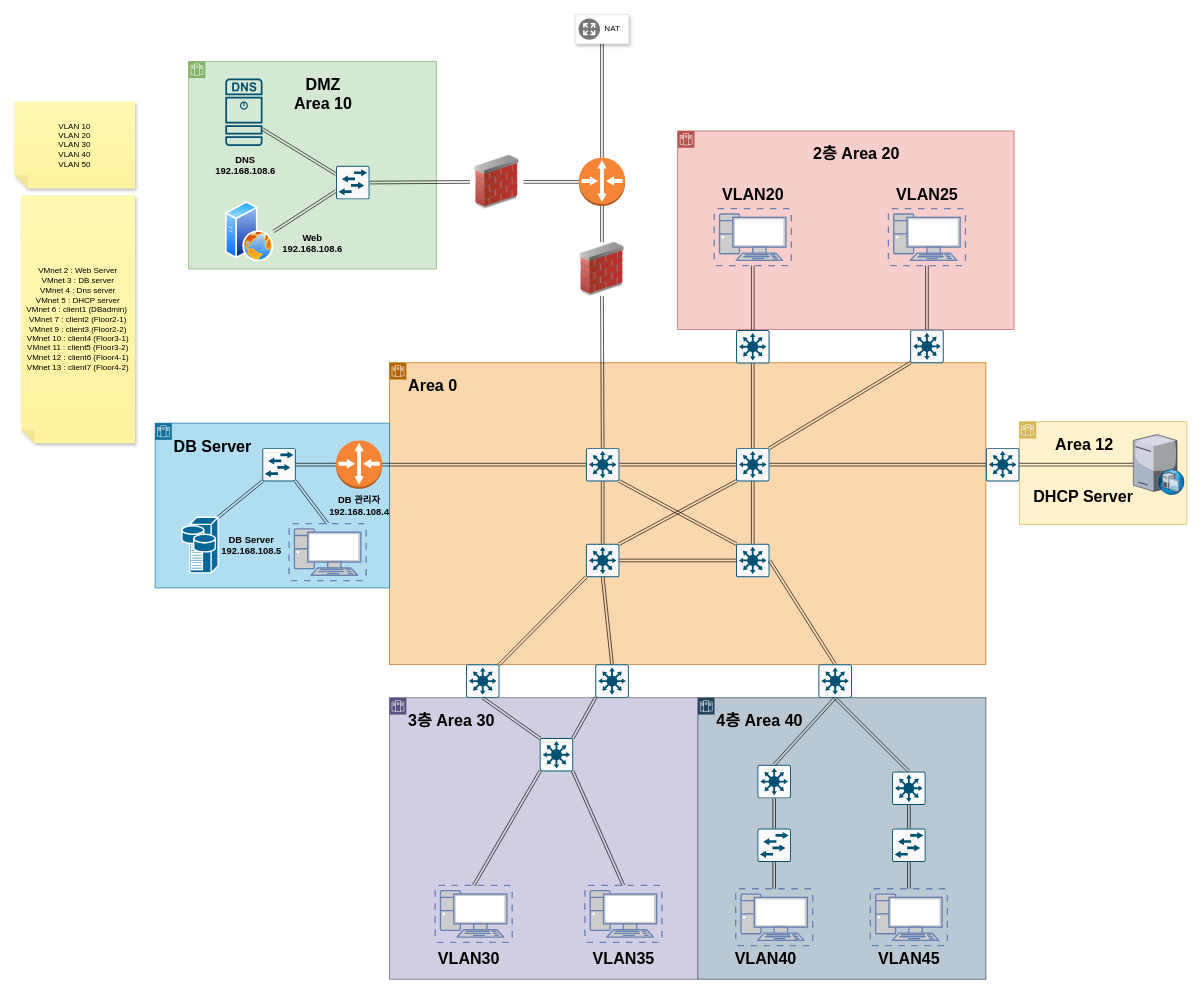
The draw.io diagram cloudnetwork.drawio in donhaklee/CloudStudy, before the edit. Source tidied: cells renumbered, new cells numbered last; positions are measured from the earlier drawing's top-left corner, leaving out a move shared by most shapes. Both pictures are drawn from the tidied source at 67%, with x=0, y=0 at pixel (14, 14).
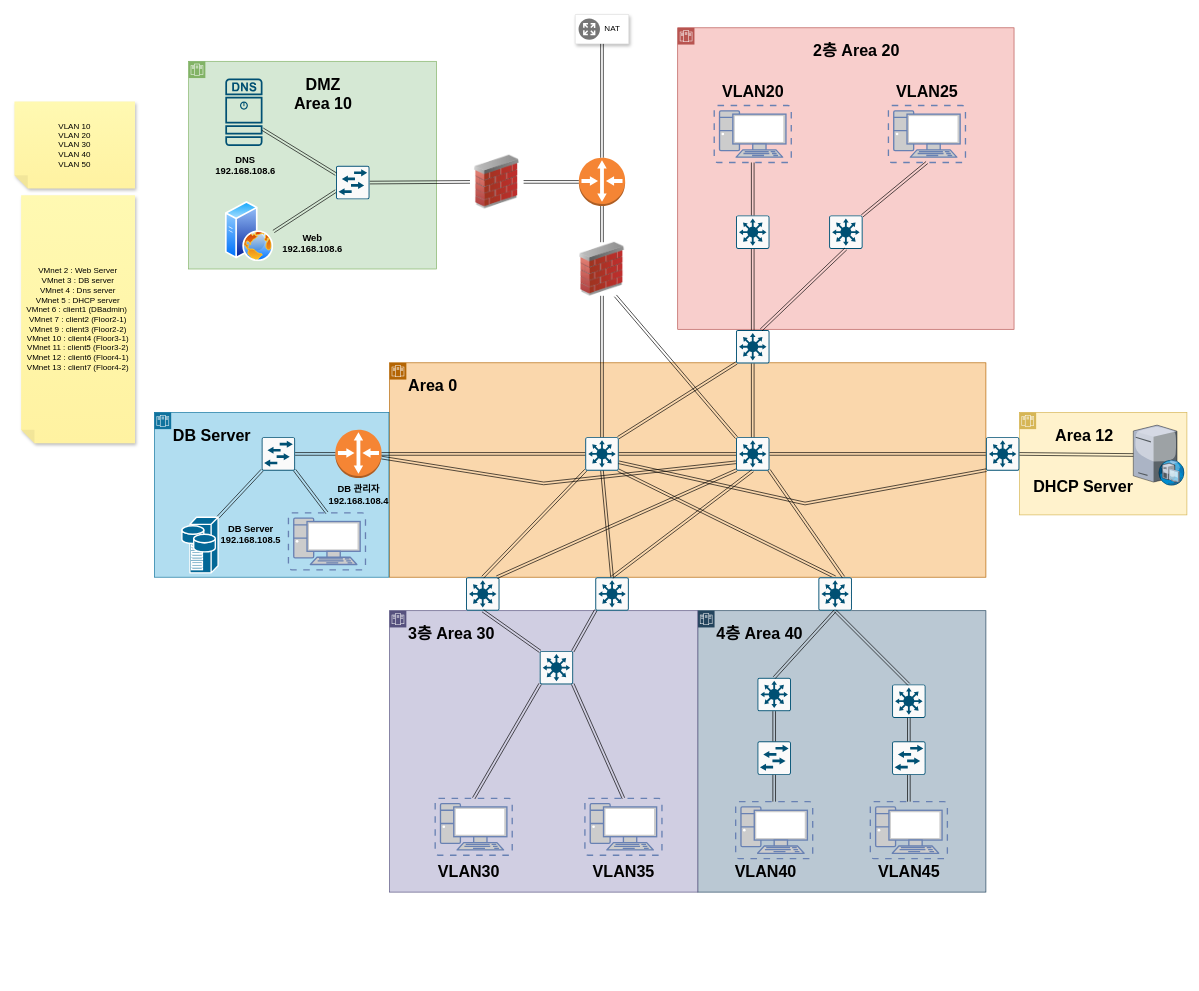
The same diagram, later.

The change refers to these unchanged cells:
```xml
<mxCell id="24" style="outlineConnect=0;dashed=0;verticalLabelPosition=bottom;verticalAlign=top;align=center;html=1;shape=mxgraph.aws3.router;fillColor=#F58534;gradientColor=none;fontSize=14;" parent="19" vertex="1">
  <mxGeometry x="270" y="26" width="69" height="72" as="geometry" />
</mxCell>
<mxCell id="35" style="fontColor=#0066CC;verticalAlign=top;verticalLabelPosition=bottom;labelPosition=center;align=center;html=1;outlineConnect=0;fillColor=#CCCCCC;strokeColor=#6881B3;gradientColor=none;gradientDirection=north;strokeWidth=2;shape=mxgraph.networks.virtual_pc;fontSize=14;" parent="32" vertex="1">
  <mxGeometry x="54.5" y="116" width="115" height="85" as="geometry" />
</mxCell>
<mxCell id="36" style="fontColor=#0066CC;verticalAlign=top;verticalLabelPosition=bottom;labelPosition=center;align=center;html=1;outlineConnect=0;fillColor=#CCCCCC;strokeColor=#6881B3;gradientColor=none;gradientDirection=north;strokeWidth=2;shape=mxgraph.networks.virtual_pc;fontSize=14;" parent="32" vertex="1">
  <mxGeometry x="314.5" y="116" width="115" height="85" as="geometry" />
</mxCell>
<mxCell id="51" style="sketch=0;points=[[0.015,0.015,0],[0.985,0.015,0],[0.985,0.985,0],[0.015,0.985,0],[0.25,0,0],[0.5,0,0],[0.75,0,0],[1,0.25,0],[1,0.5,0],[1,0.75,0],[0.75,1,0],[0.5,1,0],[0.25,1,0],[0,0.75,0],[0,0.5,0],[0,0.25,0]];verticalLabelPosition=bottom;html=1;verticalAlign=top;align=center;shape=mxgraph.cisco19.rect;prIcon=l3_switch;fillColor=#FAFAFA;strokeColor=#005073;" parent="1" vertex="1">
  <mxGeometry x="1077" y="471" width="50" height="50" as="geometry" />
</mxCell>
<mxCell id="79" style="image;html=1;image=img/lib/clip_art/networking/Firewall_02_128x128.png;" parent="1" vertex="1">
  <mxGeometry x="837" y="340" width="80" height="80" as="geometry" />
</mxCell>
```

The edit, as a diff of the source:
```diff
@@
     <mxCell id="2" value="&lt;h1&gt;&amp;nbsp; &amp;nbsp; Area 12&lt;/h1&gt;" style="shape=mxgraph.ibm.box;prType=zone;fontStyle=0;verticalAlign=top;align=left;spacingLeft=32;spacingTop=4;fillColor=#fff2cc;rounded=0;whiteSpace=wrap;html=1;strokeColor=#d6b656;strokeWidth=1;dashed=0;spacing=-4;" parent="1" vertex="1">
-      <mxGeometry x="1500" y="608" width="250" height="153" as="geometry" />
+      <mxGeometry x="1500" y="594" width="250" height="153" as="geometry" />
     </mxCell>
@@
     <mxCell id="5" value="&lt;h1&gt;Area 0&lt;/h1&gt;" style="shape=mxgraph.ibm.box;prType=zone;fontStyle=0;verticalAlign=top;align=left;spacingLeft=32;spacingTop=4;fillColor=#fad7ac;rounded=0;whiteSpace=wrap;html=1;strokeWidth=1;dashed=0;spacing=-4;strokeColor=#b46504;" parent="1" vertex="1">
-      <mxGeometry x="560" y="520" width="890" height="450" as="geometry" />
+      <mxGeometry x="560" y="520" width="890" height="320" as="geometry" />
     </mxCell>
+    <mxCell id="48" style="sketch=0;points=[[0.015,0.015,0],[0.985,0.015,0],[0.985,0.985,0],[0.015,0.985,0],[0.25,0,0],[0.5,0,0],[0.75,0,0],[1,0.25,0],[1,0.5,0],[1,0.75,0],[0.75,1,0],[0.5,1,0],[0.25,1,0],[0,0.75,0],[0,0.5,0],[0,0.25,0]];verticalLabelPosition=bottom;html=1;verticalAlign=top;align=center;shape=mxgraph.cisco19.rect;prIcon=l3_switch;fillColor=#FAFAFA;strokeColor=#005073;" parent="5" vertex="1">
+      <mxGeometry x="517" y="111" width="50" height="50" as="geometry" />
+    </mxCell>
+    <mxCell id="47" style="sketch=0;points=[[0.015,0.015,0],[0.985,0.015,0],[0.985,0.985,0],[0.015,0.985,0],[0.25,0,0],[0.5,0,0],[0.75,0,0],[1,0.25,0],[1,0.5,0],[1,0.75,0],[0.75,1,0],[0.5,1,0],[0.25,1,0],[0,0.75,0],[0,0.5,0],[0,0.25,0]];verticalLabelPosition=bottom;html=1;verticalAlign=top;align=center;shape=mxgraph.cisco19.rect;prIcon=l3_switch;fillColor=#FAFAFA;strokeColor=#005073;" parent="5" vertex="1">
+      <mxGeometry x="292" y="111" width="50" height="50" as="geometry" />
+    </mxCell>
+    <mxCell id="60" style="shape=link;html=1;rounded=0;exitX=1;exitY=0.5;exitDx=0;exitDy=0;exitPerimeter=0;entryX=0;entryY=0.5;entryDx=0;entryDy=0;entryPerimeter=0;" parent="5" edge="1" source="47" target="48">
+      <mxGeometry relative="1" as="geometry" />
+    </mxCell>
     <mxCell id="6" value="&lt;h1&gt;4층 Area 40&lt;/h1&gt;" style="shape=mxgraph.ibm.box;prType=zone;fontStyle=0;verticalAlign=top;align=left;spacingLeft=32;spacingTop=4;fillColor=#bac8d3;rounded=0;whiteSpace=wrap;html=1;strokeColor=#23445d;strokeWidth=1;dashed=0;spacing=-4;" parent="1" vertex="1">
-      <mxGeometry x="1020" y="1020" width="430" height="420" as="geometry" />
+      <mxGeometry x="1020" y="890" width="430" height="420" as="geometry" />
     </mxCell>
@@
     <mxCell id="19" value="&lt;h1&gt;DB Server&lt;/h1&gt;" style="shape=mxgraph.ibm.box;prType=zone;fontStyle=0;verticalAlign=top;align=left;spacingLeft=32;spacingTop=4;fillColor=#b1ddf0;rounded=0;whiteSpace=wrap;html=1;strokeColor=#10739e;strokeWidth=1;dashed=0;spacing=-4;" parent="1" vertex="1">
-      <mxGeometry x="210" y="610" width="350" height="246" as="geometry" />
+      <mxGeometry x="209" y="594" width="350" height="246" as="geometry" />
     </mxCell>
@@
     <mxCell id="27" value="&lt;h1&gt;3층 Area 30&lt;/h1&gt;" style="shape=mxgraph.ibm.box;prType=zone;fontStyle=0;verticalAlign=top;align=left;spacingLeft=32;spacingTop=4;fillColor=#d0cee2;rounded=0;whiteSpace=wrap;html=1;strokeColor=#56517e;strokeWidth=1;dashed=0;spacing=-4;" parent="1" vertex="1">
-      <mxGeometry x="560" y="1020" width="460" height="420" as="geometry" />
+      <mxGeometry x="560" y="890" width="460" height="420" as="geometry" />
     </mxCell>
@@
     <mxCell id="32" value="&lt;h1&gt;2층 Area 20&lt;/h1&gt;" style="shape=mxgraph.ibm.box;prType=zone;fontStyle=0;verticalAlign=top;align=center;spacingLeft=32;spacingTop=4;fillColor=#f8cecc;rounded=0;whiteSpace=wrap;html=1;strokeColor=#b85450;strokeWidth=1;dashed=0;spacing=-4;" parent="1" vertex="1">
-      <mxGeometry x="990" y="174" width="502" height="296" as="geometry" />
+      <mxGeometry x="990" y="20" width="502" height="450" as="geometry" />
     </mxCell>
@@
+    <mxCell id="92" style="sketch=0;points=[[0.015,0.015,0],[0.985,0.015,0],[0.985,0.985,0],[0.015,0.985,0],[0.25,0,0],[0.5,0,0],[0.75,0,0],[1,0.25,0],[1,0.5,0],[1,0.75,0],[0.75,1,0],[0.5,1,0],[0.25,1,0],[0,0.75,0],[0,0.5,0],[0,0.25,0]];verticalLabelPosition=bottom;html=1;verticalAlign=top;align=center;shape=mxgraph.cisco19.rect;prIcon=l3_switch;fillColor=#FAFAFA;strokeColor=#005073;" parent="32" vertex="1">
+      <mxGeometry x="87" y="280" width="50" height="50" as="geometry" />
+    </mxCell>
+    <mxCell id="93" style="shape=link;html=1;rounded=0;exitX=0.5;exitY=0;exitDx=0;exitDy=0;exitPerimeter=0;entryX=0.5;entryY=0;entryDx=0;entryDy=0;entryPerimeter=0;endArrow=none;" parent="32" edge="1" source="92" target="92">
+      <mxGeometry relative="1" as="geometry" />
+    </mxCell>
+    <mxCell id="68" style="shape=link;html=1;rounded=0;exitX=0.5;exitY=0;exitDx=0;exitDy=0;exitPerimeter=0;entryX=0.5;entryY=1;entryDx=0;entryDy=0;entryPerimeter=0;startArrow=none;" parent="32" edge="1" source="92" target="35">
+      <mxGeometry relative="1" as="geometry" />
+    </mxCell>
+    <mxCell id="94" style="sketch=0;points=[[0.015,0.015,0],[0.985,0.015,0],[0.985,0.985,0],[0.015,0.985,0],[0.25,0,0],[0.5,0,0],[0.75,0,0],[1,0.25,0],[1,0.5,0],[1,0.75,0],[0.75,1,0],[0.5,1,0],[0.25,1,0],[0,0.75,0],[0,0.5,0],[0,0.25,0]];verticalLabelPosition=bottom;html=1;verticalAlign=top;align=center;shape=mxgraph.cisco19.rect;prIcon=l3_switch;fillColor=#FAFAFA;strokeColor=#005073;" parent="32" vertex="1">
+      <mxGeometry x="226" y="280" width="50" height="50" as="geometry" />
+    </mxCell>
+    <mxCell id="69" style="shape=link;html=1;rounded=0;exitX=0.5;exitY=1;exitDx=0;exitDy=0;exitPerimeter=0;entryX=0.985;entryY=0.015;entryDx=0;entryDy=0;entryPerimeter=0;" parent="32" edge="1" source="36" target="94">
+      <mxGeometry relative="1" as="geometry" />
+    </mxCell>
@@
-    <mxCell id="47" style="sketch=0;points=[[0.015,0.015,0],[0.985,0.015,0],[0.985,0.985,0],[0.015,0.985,0],[0.25,0,0],[0.5,0,0],[0.75,0,0],[1,0.25,0],[1,0.5,0],[1,0.75,0],[0.75,1,0],[0.5,1,0],[0.25,1,0],[0,0.75,0],[0,0.5,0],[0,0.25,0]];verticalLabelPosition=bottom;html=1;verticalAlign=top;align=center;shape=mxgraph.cisco19.rect;prIcon=l3_switch;fillColor=#FAFAFA;strokeColor=#005073;" parent="1" vertex="1">
-      <mxGeometry x="853" y="647" width="50" height="50" as="geometry" />
-    </mxCell>
-    <mxCell id="48" style="sketch=0;points=[[0.015,0.015,0],[0.985,0.015,0],[0.985,0.985,0],[0.015,0.985,0],[0.25,0,0],[0.5,0,0],[0.75,0,0],[1,0.25,0],[1,0.5,0],[1,0.75,0],[0.75,1,0],[0.5,1,0],[0.25,1,0],[0,0.75,0],[0,0.5,0],[0,0.25,0]];verticalLabelPosition=bottom;html=1;verticalAlign=top;align=center;shape=mxgraph.cisco19.rect;prIcon=l3_switch;fillColor=#FAFAFA;strokeColor=#005073;" parent="1" vertex="1">
-      <mxGeometry x="1077" y="647" width="50" height="50" as="geometry" />
-    </mxCell>
-    <mxCell id="49" style="sketch=0;points=[[0.015,0.015,0],[0.985,0.015,0],[0.985,0.985,0],[0.015,0.985,0],[0.25,0,0],[0.5,0,0],[0.75,0,0],[1,0.25,0],[1,0.5,0],[1,0.75,0],[0.75,1,0],[0.5,1,0],[0.25,1,0],[0,0.75,0],[0,0.5,0],[0,0.25,0]];verticalLabelPosition=bottom;html=1;verticalAlign=top;align=center;shape=mxgraph.cisco19.rect;prIcon=l3_switch;fillColor=#FAFAFA;strokeColor=#005073;" parent="1" vertex="1">
-      <mxGeometry x="853" y="790" width="50" height="50" as="geometry" />
-    </mxCell>
-    <mxCell id="50" style="sketch=0;points=[[0.015,0.015,0],[0.985,0.015,0],[0.985,0.985,0],[0.015,0.985,0],[0.25,0,0],[0.5,0,0],[0.75,0,0],[1,0.25,0],[1,0.5,0],[1,0.75,0],[0.75,1,0],[0.5,1,0],[0.25,1,0],[0,0.75,0],[0,0.5,0],[0,0.25,0]];verticalLabelPosition=bottom;html=1;verticalAlign=top;align=center;shape=mxgraph.cisco19.rect;prIcon=l3_switch;fillColor=#FAFAFA;strokeColor=#005073;" parent="1" vertex="1">
-      <mxGeometry x="1077" y="790" width="50" height="50" as="geometry" />
-    </mxCell>
@@
-    <mxCell id="52" style="sketch=0;points=[[0.015,0.015,0],[0.985,0.015,0],[0.985,0.985,0],[0.015,0.985,0],[0.25,0,0],[0.5,0,0],[0.75,0,0],[1,0.25,0],[1,0.5,0],[1,0.75,0],[0.75,1,0],[0.5,1,0],[0.25,1,0],[0,0.75,0],[0,0.5,0],[0,0.25,0]];verticalLabelPosition=bottom;html=1;verticalAlign=top;align=center;shape=mxgraph.cisco19.rect;prIcon=l3_switch;fillColor=#FAFAFA;strokeColor=#005073;" parent="1" vertex="1">
-      <mxGeometry x="1337" y="470.5" width="50" height="50" as="geometry" />
-    </mxCell>
     <mxCell id="53" style="sketch=0;points=[[0.015,0.015,0],[0.985,0.015,0],[0.985,0.985,0],[0.015,0.985,0],[0.25,0,0],[0.5,0,0],[0.75,0,0],[1,0.25,0],[1,0.5,0],[1,0.75,0],[0.75,1,0],[0.5,1,0],[0.25,1,0],[0,0.75,0],[0,0.5,0],[0,0.25,0]];verticalLabelPosition=bottom;html=1;verticalAlign=top;align=center;shape=mxgraph.cisco19.rect;prIcon=l3_switch;fillColor=#FAFAFA;strokeColor=#005073;" parent="1" vertex="1">
-      <mxGeometry x="784" y="1080" width="50" height="50" as="geometry" />
+      <mxGeometry x="784" y="950" width="50" height="50" as="geometry" />
     </mxCell>
     <mxCell id="54" style="sketch=0;points=[[0.015,0.015,0],[0.985,0.015,0],[0.985,0.985,0],[0.015,0.985,0],[0.25,0,0],[0.5,0,0],[0.75,0,0],[1,0.25,0],[1,0.5,0],[1,0.75,0],[0.75,1,0],[0.5,1,0],[0.25,1,0],[0,0.75,0],[0,0.5,0],[0,0.25,0]];verticalLabelPosition=bottom;html=1;verticalAlign=top;align=center;shape=mxgraph.cisco19.rect;prIcon=l3_switch;fillColor=#FAFAFA;strokeColor=#005073;" parent="1" vertex="1">
-      <mxGeometry x="867" y="970" width="50" height="50" as="geometry" />
+      <mxGeometry x="867" y="840" width="50" height="50" as="geometry" />
     </mxCell>
     <mxCell id="55" style="sketch=0;points=[[0.015,0.015,0],[0.985,0.015,0],[0.985,0.985,0],[0.015,0.985,0],[0.25,0,0],[0.5,0,0],[0.75,0,0],[1,0.25,0],[1,0.5,0],[1,0.75,0],[0.75,1,0],[0.5,1,0],[0.25,1,0],[0,0.75,0],[0,0.5,0],[0,0.25,0]];verticalLabelPosition=bottom;html=1;verticalAlign=top;align=center;shape=mxgraph.cisco19.rect;prIcon=l3_switch;fillColor=#FAFAFA;strokeColor=#005073;" parent="1" vertex="1">
-      <mxGeometry x="674" y="970" width="50" height="50" as="geometry" />
+      <mxGeometry x="674" y="840" width="50" height="50" as="geometry" />
     </mxCell>
@@
-    <mxCell id="60" style="shape=link;html=1;rounded=0;exitX=1;exitY=0.5;exitDx=0;exitDy=0;exitPerimeter=0;entryX=0;entryY=0.5;entryDx=0;entryDy=0;entryPerimeter=0;" parent="1" edge="1" source="47" target="48">
-      <mxGeometry relative="1" as="geometry" />
-    </mxCell>
-    <mxCell id="61" style="shape=link;html=1;rounded=0;exitX=0.5;exitY=0;exitDx=0;exitDy=0;exitPerimeter=0;entryX=0.5;entryY=1;entryDx=0;entryDy=0;entryPerimeter=0;" parent="1" edge="1" source="49" target="47">
-      <mxGeometry relative="1" as="geometry" />
-    </mxCell>
-    <mxCell id="62" style="shape=link;html=1;rounded=0;exitX=0.015;exitY=0.015;exitDx=0;exitDy=0;exitPerimeter=0;entryX=0.985;entryY=0.985;entryDx=0;entryDy=0;entryPerimeter=0;" parent="1" edge="1" source="50" target="47">
-      <mxGeometry relative="1" as="geometry" />
-    </mxCell>
-    <mxCell id="63" style="shape=link;html=1;rounded=0;exitX=1;exitY=0.5;exitDx=0;exitDy=0;exitPerimeter=0;entryX=0;entryY=0.5;entryDx=0;entryDy=0;entryPerimeter=0;" parent="1" edge="1" source="49" target="50">
-      <mxGeometry relative="1" as="geometry" />
-    </mxCell>
-    <mxCell id="64" style="shape=link;html=1;rounded=0;exitX=0.985;exitY=0.015;exitDx=0;exitDy=0;exitPerimeter=0;entryX=0.015;entryY=0.985;entryDx=0;entryDy=0;entryPerimeter=0;" parent="1" edge="1" source="49" target="48">
-      <mxGeometry relative="1" as="geometry" />
-    </mxCell>
-    <mxCell id="65" style="shape=link;html=1;rounded=0;exitX=0.5;exitY=0;exitDx=0;exitDy=0;exitPerimeter=0;entryX=0.5;entryY=1;entryDx=0;entryDy=0;entryPerimeter=0;startArrow=none;" parent="1" edge="1" source="50" target="48">
-      <mxGeometry relative="1" as="geometry" />
-    </mxCell>
@@
-    <mxCell id="68" style="shape=link;html=1;rounded=0;exitX=0.5;exitY=0;exitDx=0;exitDy=0;exitPerimeter=0;entryX=0.5;entryY=1;entryDx=0;entryDy=0;entryPerimeter=0;" parent="1" edge="1" source="51" target="35">
-      <mxGeometry relative="1" as="geometry" />
-    </mxCell>
-    <mxCell id="69" style="shape=link;html=1;rounded=0;exitX=0.5;exitY=1;exitDx=0;exitDy=0;exitPerimeter=0;entryX=0.5;entryY=0;entryDx=0;entryDy=0;entryPerimeter=0;" parent="1" edge="1" source="36" target="52">
-      <mxGeometry relative="1" as="geometry" />
-    </mxCell>
-    <mxCell id="70" style="shape=link;html=1;rounded=0;exitX=0.985;exitY=0.015;exitDx=0;exitDy=0;exitPerimeter=0;entryX=0.015;entryY=0.985;entryDx=0;entryDy=0;entryPerimeter=0;" parent="1" edge="1" source="48" target="52">
-      <mxGeometry relative="1" as="geometry" />
-    </mxCell>
-    <mxCell id="71" style="shape=link;html=1;rounded=0;exitX=0.5;exitY=1;exitDx=0;exitDy=0;exitPerimeter=0;entryX=0.5;entryY=0;entryDx=0;entryDy=0;entryPerimeter=0;" parent="1" edge="1" source="49" target="54">
+    <mxCell id="71" style="shape=link;html=1;rounded=0;exitX=0.5;exitY=1;exitDx=0;exitDy=0;exitPerimeter=0;entryX=0.5;entryY=0;entryDx=0;entryDy=0;entryPerimeter=0;" parent="1" edge="1" source="47" target="54">
       <mxGeometry relative="1" as="geometry" />
     </mxCell>
@@
-    <mxCell id="73" style="shape=link;html=1;rounded=0;exitX=0.985;exitY=0.015;exitDx=0;exitDy=0;exitPerimeter=0;entryX=0.015;entryY=0.985;entryDx=0;entryDy=0;entryPerimeter=0;" parent="1" edge="1" source="55" target="49">
+    <mxCell id="73" style="shape=link;html=1;rounded=0;exitX=0.5;exitY=0;exitDx=0;exitDy=0;exitPerimeter=0;entryX=0.015;entryY=0.985;entryDx=0;entryDy=0;entryPerimeter=0;" parent="1" edge="1" source="55" target="47">
       <mxGeometry relative="1" as="geometry" />
     </mxCell>
@@
-    <mxCell id="84" style="shape=link;html=1;rounded=0;exitX=1;exitY=0.5;exitDx=0;exitDy=0;exitPerimeter=0;entryX=0.5;entryY=0;entryDx=0;entryDy=0;entryPerimeter=0;" parent="1" edge="1" source="50" target="86">
+    <mxCell id="84" style="shape=link;html=1;rounded=0;exitX=0.985;exitY=0.985;exitDx=0;exitDy=0;exitPerimeter=0;entryX=0.5;entryY=0;entryDx=0;entryDy=0;entryPerimeter=0;" parent="1" edge="1" source="47" target="86">
       <mxGeometry relative="1" as="geometry" />
     </mxCell>
@@
     <mxCell id="86" style="sketch=0;points=[[0.015,0.015,0],[0.985,0.015,0],[0.985,0.985,0],[0.015,0.985,0],[0.25,0,0],[0.5,0,0],[0.75,0,0],[1,0.25,0],[1,0.5,0],[1,0.75,0],[0.75,1,0],[0.5,1,0],[0.25,1,0],[0,0.75,0],[0,0.5,0],[0,0.25,0]];verticalLabelPosition=bottom;html=1;verticalAlign=top;align=center;shape=mxgraph.cisco19.rect;prIcon=l3_switch;fillColor=#FAFAFA;strokeColor=#005073;" parent="1" vertex="1">
-      <mxGeometry x="1200" y="970" width="50" height="50" as="geometry" />
+      <mxGeometry x="1200" y="840" width="50" height="50" as="geometry" />
     </mxCell>
@@
     <mxCell id="89" style="sketch=0;points=[[0.015,0.015,0],[0.985,0.015,0],[0.985,0.985,0],[0.015,0.985,0],[0.25,0,0],[0.5,0,0],[0.75,0,0],[1,0.25,0],[1,0.5,0],[1,0.75,0],[0.75,1,0],[0.5,1,0],[0.25,1,0],[0,0.75,0],[0,0.5,0],[0,0.25,0]];verticalLabelPosition=bottom;html=1;verticalAlign=top;align=center;shape=mxgraph.cisco19.rect;prIcon=l3_switch;fillColor=#FAFAFA;strokeColor=#005073;" parent="1" vertex="1">
-      <mxGeometry x="1450" y="647" width="50" height="50" as="geometry" />
+      <mxGeometry x="1450" y="631" width="50" height="50" as="geometry" />
     </mxCell>
@@
+    <mxCell id="95" style="shape=link;html=1;rounded=0;exitX=0.985;exitY=0.015;exitDx=0;exitDy=0;exitPerimeter=0;entryX=0.015;entryY=0.985;entryDx=0;entryDy=0;entryPerimeter=0;" parent="1" edge="1" source="47" target="51">
+      <mxGeometry relative="1" as="geometry" />
+    </mxCell>
+    <mxCell id="96" style="shape=link;html=1;rounded=0;exitX=1;exitY=0.75;exitDx=0;exitDy=0;exitPerimeter=0;entryX=0.015;entryY=0.985;entryDx=0;entryDy=0;entryPerimeter=0;" parent="1" edge="1" source="47" target="89">
+      <mxGeometry relative="1" as="geometry">
+        <Array as="points">
+          <mxPoint x="1180" y="730" />
+        </Array>
+      </mxGeometry>
+    </mxCell>
+    <mxCell id="97" style="shape=link;html=1;rounded=0;exitX=0;exitY=0.75;exitDx=0;exitDy=0;exitPerimeter=0;" parent="1" edge="1" source="48" target="24">
+      <mxGeometry relative="1" as="geometry">
+        <Array as="points">
+          <mxPoint x="790" y="700" />
+        </Array>
+      </mxGeometry>
+    </mxCell>
+    <mxCell id="98" style="shape=link;html=1;rounded=0;entryX=0.015;entryY=0.985;entryDx=0;entryDy=0;entryPerimeter=0;" parent="1" edge="1" target="48">
+      <mxGeometry relative="1" as="geometry">
+        <mxPoint x="720" y="840" as="sourcePoint" />
+      </mxGeometry>
+    </mxCell>
+    <mxCell id="99" style="shape=link;html=1;rounded=0;exitX=0.5;exitY=0;exitDx=0;exitDy=0;exitPerimeter=0;entryX=0.5;entryY=1;entryDx=0;entryDy=0;entryPerimeter=0;" parent="1" edge="1" source="54" target="48">
+      <mxGeometry relative="1" as="geometry" />
+    </mxCell>
+    <mxCell id="100" style="shape=link;html=1;rounded=0;exitX=0.75;exitY=0;exitDx=0;exitDy=0;exitPerimeter=0;entryX=0.985;entryY=0.985;entryDx=0;entryDy=0;entryPerimeter=0;" parent="1" edge="1" source="86" target="48">
+      <mxGeometry relative="1" as="geometry" />
+    </mxCell>
+    <mxCell id="101" style="shape=link;html=1;rounded=0;exitX=0.015;exitY=0.015;exitDx=0;exitDy=0;exitPerimeter=0;entryX=0.75;entryY=1;entryDx=0;entryDy=0;" parent="1" edge="1" source="48" target="79">
+      <mxGeometry relative="1" as="geometry" />
+    </mxCell>
+    <mxCell id="102" style="shape=link;html=1;rounded=0;exitX=0.5;exitY=1;exitDx=0;exitDy=0;exitPerimeter=0;entryX=0.5;entryY=0;entryDx=0;entryDy=0;entryPerimeter=0;" parent="1" edge="1" source="92" target="51">
+      <mxGeometry relative="1" as="geometry" />
+    </mxCell>
+    <mxCell id="103" style="shape=link;html=1;rounded=0;exitX=0.5;exitY=1;exitDx=0;exitDy=0;exitPerimeter=0;entryX=0.75;entryY=0;entryDx=0;entryDy=0;entryPerimeter=0;" parent="1" edge="1" source="94" target="51">
+      <mxGeometry relative="1" as="geometry" />
+    </mxCell>
```
